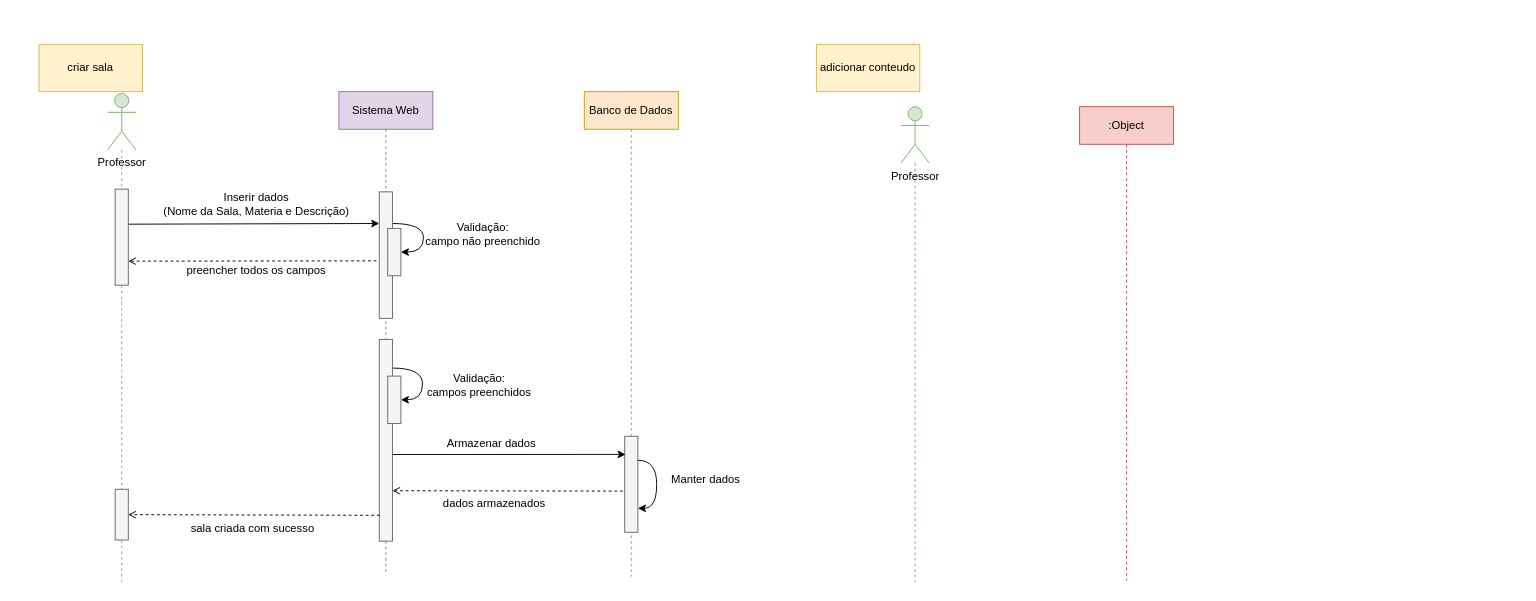
This is doc/diagramas/sequencia/criarSala.drawio from Alicia-Miranda/MasterClass, a draw.io file, before an edit. Source tidied: cells renumbered, new cells numbered last; positions are measured from the earlier drawing's top-left corner, leaving out a move shared by most shapes. Both pictures are drawn from the tidied source at 94%, with x=0, y=0 at pixel (39, 44).
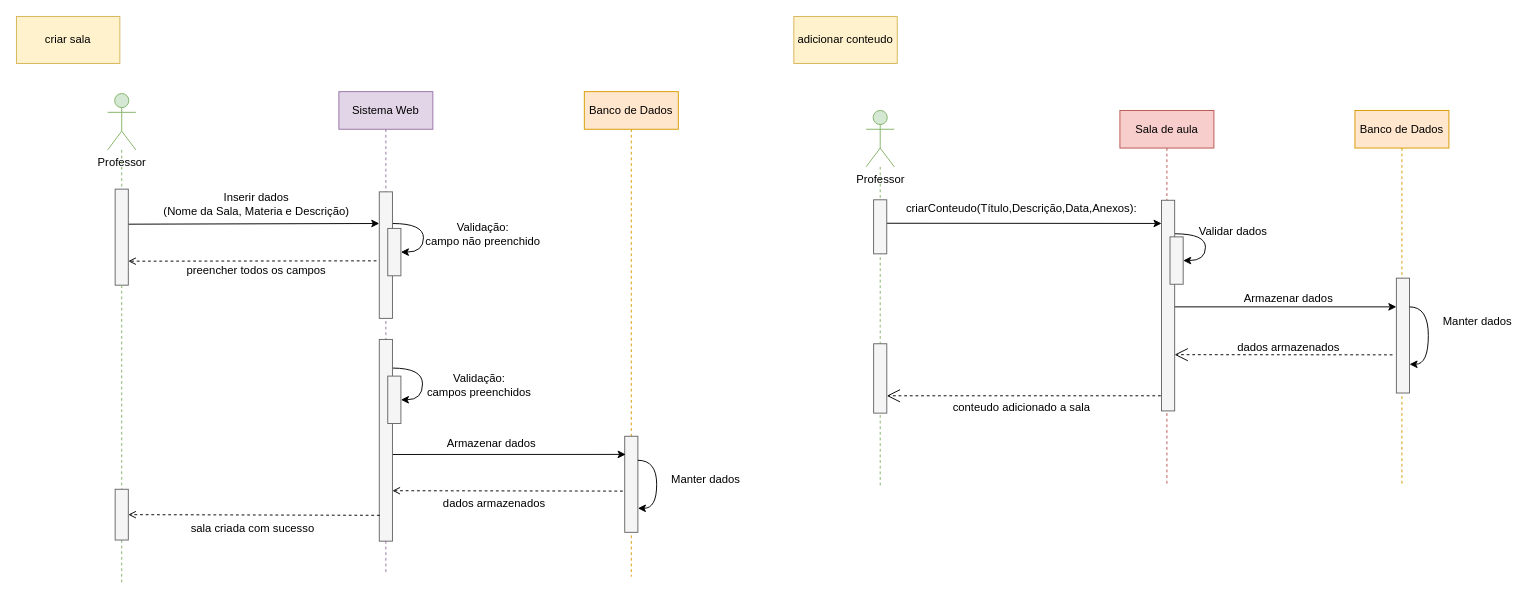
After the change.

Commit message (it also covers changes not shown here):
feat: login e cadastro; docs: diagramas

What changed in the source:
```diff
@@
+    <mxCell id="37" style="endArrow=classic;html=1;rounded=0;entryX=0.75;entryY=0;entryDx=0;entryDy=0;" parent="1" edge="1" source="36" target="48">
+      <mxGeometry relative="1" as="geometry" />
+    </mxCell>
+    <mxCell id="38" style="endArrow=classic;html=1;rounded=0;entryX=0.89;entryY=0.002;entryDx=0;entryDy=0;entryPerimeter=0;" parent="1" edge="1" target="46">
+      <mxGeometry relative="1" as="geometry">
+        <mxPoint x="899.9" y="190" as="sourcePoint" />
+      </mxGeometry>
+    </mxCell>
+    <mxCell id="39" style="endArrow=open;endFill=1;endSize=12;html=1;rounded=0;dashed=1;entryX=0.25;entryY=1;entryDx=0;entryDy=0;" parent="1" edge="1" source="36" target="52">
+      <mxGeometry relative="1" as="geometry" />
+    </mxCell>
@@
     <mxCell id="32" style="edgeStyle=orthogonalEdgeStyle;rounded=0;jettySize=auto;html=1;endArrow=none;endFill=0;dashed=1;fillColor=#d5e8d4;strokeColor=#82b366;" parent="1" edge="1" source="33">
       <mxGeometry relative="1" as="geometry">
-        <mxPoint x="932" y="572.1" as="targetPoint" />
+        <mxPoint x="894.9" y="470" as="targetPoint" />
       </mxGeometry>
     </mxCell>
     <mxCell id="33" value="Professor" style="shape=umlActor;verticalLabelPosition=bottom;verticalAlign=top;html=1;outlineConnect=0;fillColor=#d5e8d4;strokeColor=#82b366;" parent="1" vertex="1">
-      <mxGeometry x="917" y="66" width="30" height="60" as="geometry" />
+      <mxGeometry x="879.9" y="70" width="30" height="60" as="geometry" />
     </mxCell>
     <mxCell id="34" value="criar sala" style="html=1;whiteSpace=wrap;fillColor=#fff2cc;strokeColor=#d6b656;" parent="1" vertex="1">
-      <mxGeometry width="110" height="50" as="geometry" />
+      <mxGeometry x="-24" y="-30" width="110" height="50" as="geometry" />
     </mxCell>
     <mxCell id="35" value="adicionar conteudo" style="html=1;whiteSpace=wrap;fillColor=#fff2cc;strokeColor=#d6b656;" parent="1" vertex="1">
-      <mxGeometry x="827" width="110" height="50" as="geometry" />
+      <mxGeometry x="803" y="-30" width="110" height="50" as="geometry" />
     </mxCell>
-    <mxCell id="36" value=":Object" style="shape=umlLifeline;perimeter=lifelinePerimeter;whiteSpace=wrap;html=1;outlineConnect=0;portConstraint=eastwest;newEdgeStyle={&quot;curved&quot;:0,&quot;rounded&quot;:0};fillColor=#f8cecc;strokeColor=#b85450;" parent="1" vertex="1">
-      <mxGeometry x="1107" y="66" width="100" height="504" as="geometry" />
+    <mxCell id="36" value="Sala de aula" style="shape=umlLifeline;perimeter=lifelinePerimeter;whiteSpace=wrap;html=1;outlineConnect=0;portConstraint=eastwest;newEdgeStyle={&quot;curved&quot;:0,&quot;rounded&quot;:0};fillColor=#f8cecc;strokeColor=#b85450;" parent="1" vertex="1">
+      <mxGeometry x="1149.9" y="70" width="100" height="400" as="geometry" />
     </mxCell>
+    <mxCell id="40" value="Banco de Dados" style="shape=umlLifeline;perimeter=lifelinePerimeter;whiteSpace=wrap;html=1;newEdgeStyle={&quot;curved&quot;:0,&quot;rounded&quot;:0};fillColor=#ffe6cc;strokeColor=#d79b00;" parent="1" vertex="1">
+      <mxGeometry x="1399.9" y="70" width="100" height="400" as="geometry" />
+    </mxCell>
+    <mxCell id="41" style="rounded=0;whiteSpace=wrap;html=1;rotation=-90;fillColor=#f5f5f5;fontColor=#333333;strokeColor=#666666;" parent="1" vertex="1">
+      <mxGeometry x="866.1" y="186.8" width="57.5" height="14" as="geometry" />
+    </mxCell>
+    <mxCell id="42" value="criarConteudo(&lt;span style=&quot;text-wrap-mode: wrap;&quot;&gt;Título,Descrição,Data,Anexos&lt;/span&gt;):" style="text;html=1;align=center;verticalAlign=middle;strokeColor=none;fillColor=none;" parent="1" vertex="1">
+      <mxGeometry x="909.9" y="160" width="270" height="30" as="geometry" />
+    </mxCell>
+    <mxCell id="43" value="Validar dados" style="text;html=1;align=center;verticalAlign=middle;strokeColor=none;fillColor=none;" parent="1" vertex="1">
+      <mxGeometry x="1219.9" y="183.7" width="100" height="30" as="geometry" />
+    </mxCell>
+    <mxCell id="44" value="Armazenar dados" style="text;html=1;align=center;verticalAlign=middle;strokeColor=none;fillColor=none;" parent="1" vertex="1">
+      <mxGeometry x="1268.5" y="254.6" width="120" height="30" as="geometry" />
+    </mxCell>
+    <mxCell id="45" style="edgeStyle=orthogonalEdgeStyle;rounded=0;jettySize=auto;html=1;exitX=0.841;exitY=0.991;exitDx=0;exitDy=0;entryX=0.5;entryY=1;entryDx=0;entryDy=0;curved=1;exitPerimeter=0;" parent="1" edge="1" source="46" target="47">
+      <mxGeometry relative="1" as="geometry">
+        <Array as="points">
+          <mxPoint x="1240.9" y="201" />
+          <mxPoint x="1240.9" y="230" />
+        </Array>
+      </mxGeometry>
+    </mxCell>
+    <mxCell id="46" style="rounded=0;whiteSpace=wrap;html=1;rotation=-90;fillColor=#f5f5f5;fontColor=#333333;strokeColor=#666666;" parent="1" vertex="1">
+      <mxGeometry x="1089.1" y="270.6" width="224.1" height="14" as="geometry" />
+    </mxCell>
+    <mxCell id="47" style="rounded=0;whiteSpace=wrap;html=1;rotation=-90;fillColor=#f5f5f5;fontColor=#333333;strokeColor=#666666;" parent="1" vertex="1">
+      <mxGeometry x="1185" y="222.7" width="50.4" height="14" as="geometry" />
+    </mxCell>
+    <mxCell id="48" style="rounded=0;whiteSpace=wrap;html=1;rotation=-90;fillColor=#f5f5f5;fontColor=#333333;strokeColor=#666666;" parent="1" vertex="1">
+      <mxGeometry x="1389.9" y="302.5" width="122.2" height="14" as="geometry" />
+    </mxCell>
+    <mxCell id="49" style="edgeStyle=orthogonalEdgeStyle;rounded=0;orthogonalLoop=1;jettySize=auto;html=1;exitX=0.75;exitY=1;exitDx=0;exitDy=0;entryX=0.25;entryY=1;entryDx=0;entryDy=0;curved=1;" parent="1" edge="1" source="48" target="48">
+      <mxGeometry relative="1" as="geometry" />
+    </mxCell>
+    <mxCell id="50" value="Manter dados" style="text;html=1;align=center;verticalAlign=middle;strokeColor=none;fillColor=none;" parent="1" vertex="1">
+      <mxGeometry x="1484" y="281.6" width="91" height="26" as="geometry" />
+    </mxCell>
+    <mxCell id="51" value="dados armazenados" style="text;html=1;align=center;verticalAlign=middle;strokeColor=none;fillColor=none;" parent="1" vertex="1">
+      <mxGeometry x="1265" y="309" width="127" height="26" as="geometry" />
+    </mxCell>
+    <mxCell id="52" style="rounded=0;whiteSpace=wrap;html=1;rotation=-90;fillColor=#f5f5f5;fontColor=#333333;strokeColor=#666666;" parent="1" vertex="1">
+      <mxGeometry x="858" y="348.1" width="73.8" height="14" as="geometry" />
+    </mxCell>
+    <mxCell id="53" value="conteudo adicionado a sala" style="text;html=1;align=center;verticalAlign=middle;strokeColor=none;fillColor=none;" parent="1" vertex="1">
+      <mxGeometry x="959.9" y="370.7" width="170" height="30" as="geometry" />
+    </mxCell>
+    <mxCell id="54" style="endArrow=open;endFill=1;endSize=12;html=1;rounded=0;dashed=1;entryX=0.267;entryY=0.995;entryDx=0;entryDy=0;entryPerimeter=0;" parent="1" edge="1" target="46">
+      <mxGeometry relative="1" as="geometry">
+        <mxPoint x="1439.9" y="330" as="sourcePoint" />
+      </mxGeometry>
+    </mxCell>
```
